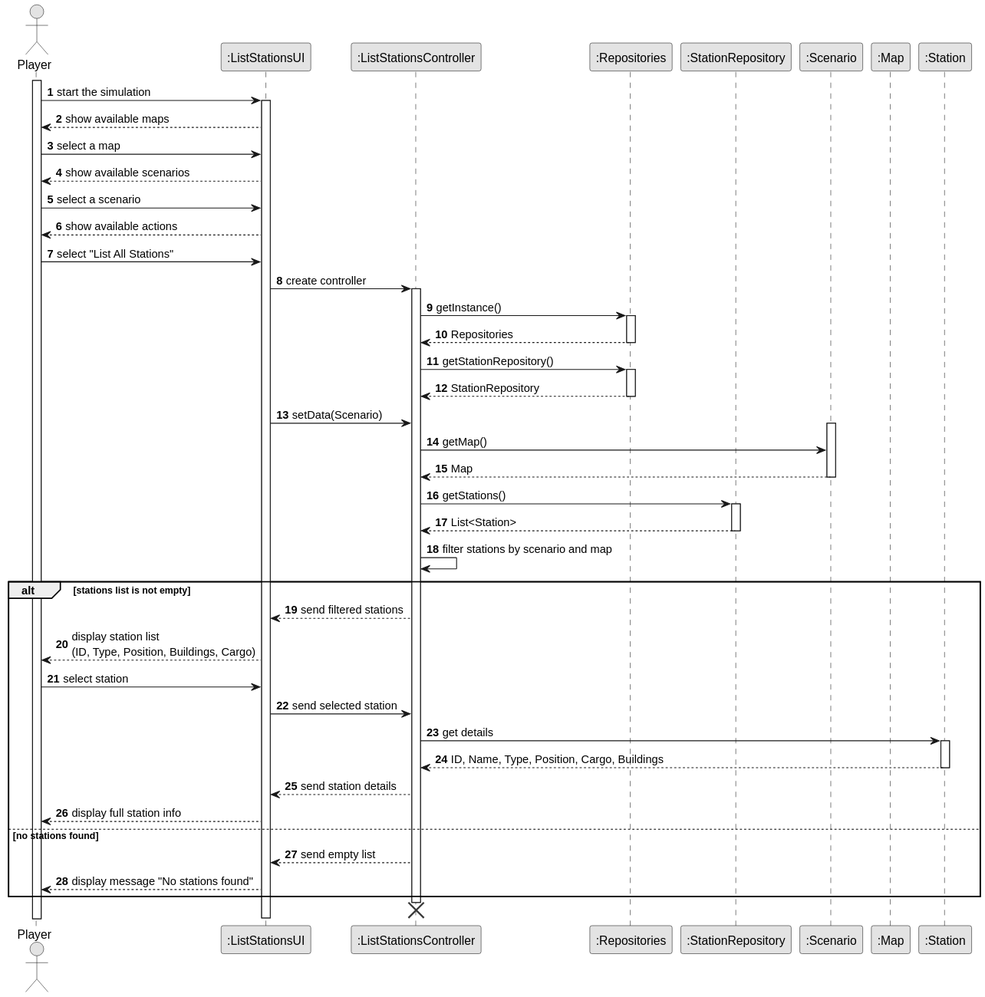
Before: docs/sprint3/us007/03.design/svg/us007-sequence-diagram-full.svg, a diagram exported from PlantUML (ivasduarte/all-aboard).
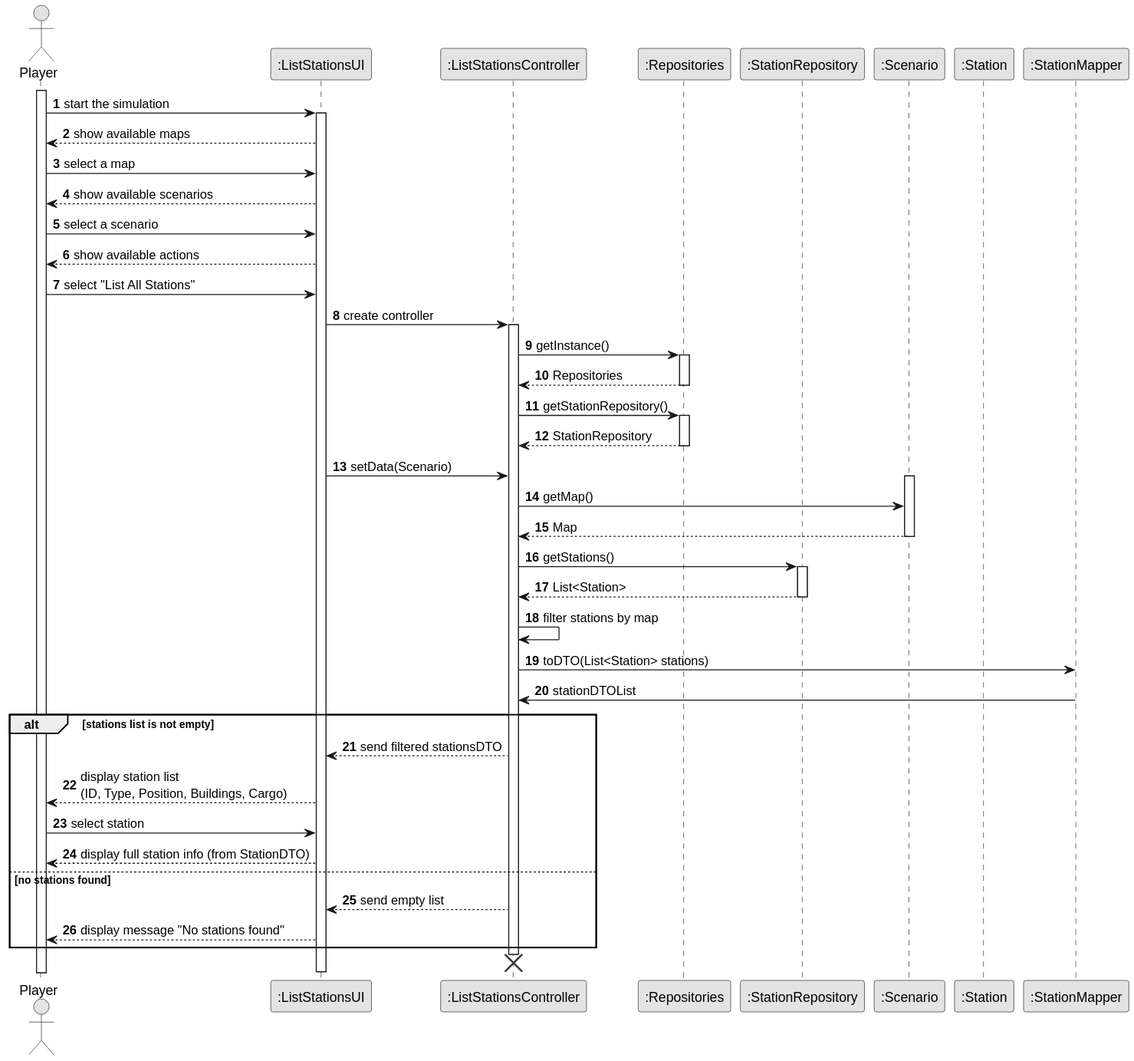
The same file after the commit.

The edit, as a diff of the source:
```diff
@@ -11,8 +11,8 @@
 participant ":Repositories" as Repos
 participant ":StationRepository" as StationRepo
 participant ":Scenario" as Scenario
-participant ":Map" as Map
 participant ":Station" as Station
+participant  ":StationMapper" as Mapper
 
 activate Player
 
@@ -51,20 +51,18 @@
 StationRepo --> CTRL : List<Station>
 deactivate StationRepo
 
-CTRL -> CTRL : filter stations by scenario and map
+CTRL -> CTRL : filter stations by map
+
+CTRL -> Mapper: toDTO(List<Station> stations)
+Mapper -> CTRL: stationDTOList
 
 alt stations list is not empty
-    CTRL --> UI : send filtered stations
+    CTRL --> UI : send filtered stationsDTO
     UI --> Player : display station list\n(ID, Type, Position, Buildings, Cargo)
 
     Player -> UI : select station
-    UI -> CTRL : send selected station
-    CTRL -> Station : get details
-    activate Station
-    Station --> CTRL : ID, Name, Type, Position, Cargo, Buildings
-    deactivate Station
-    CTRL --> UI : send station details
-    UI --> Player : display full station info
+    UI --> Player : display full station info (from StationDTO)
+
 
 else no stations found
     CTRL --> UI : send empty list
```
